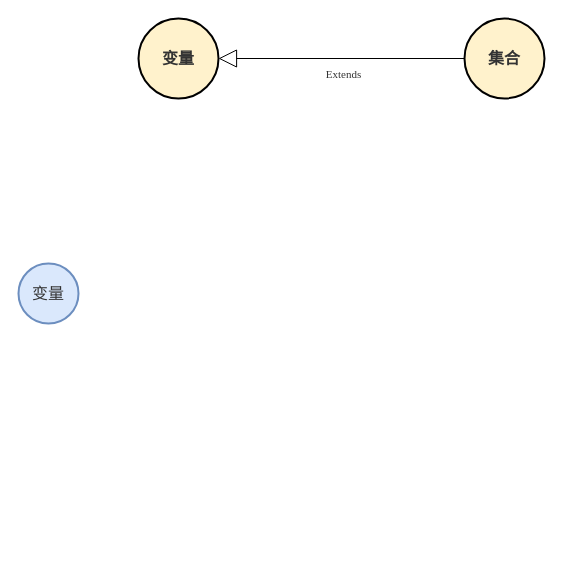
Earlier version of the draw.io diagram page "语言之结构" (5 of 5) of Notes/概念/概念与语言.drawio (EntelechySystem/EntelechySystem_theory). Source tidied: cells renumbered, new cells numbered last; positions are measured from the earlier drawing's top-left corner, leaving out a move shared by most shapes. Both pictures are drawn from the tidied source at 100%, with x=0, y=0 at pixel (18, 18).
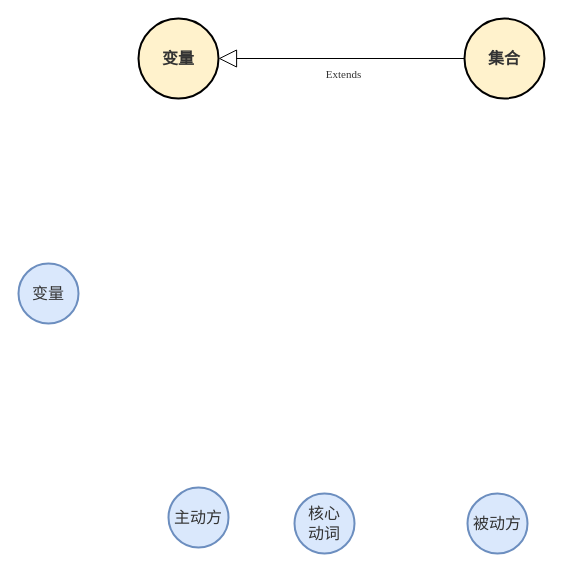
After the change.

Diff of the diagram source:
```diff
@@
 <mxGraphModel>
   <root>
     <mxCell id="0" />
     <mxCell id="1" parent="0" />
     <mxCell id="2" value="变量" style="ellipse;whiteSpace=wrap;html=1;fontFamily=Times New Roman;fontSize=16;align=center;strokeColor=#6c8ebf;fillColor=#dae8fc;strokeWidth=2;comic=0;labelBorderColor=none;fontColor=#333333;glass=0;" parent="1" vertex="1">
       <mxGeometry y="245" width="60" height="60" as="geometry" />
     </mxCell>
     <mxCell id="3" value="&lt;font style=&quot;font-size: 16px;&quot;&gt;变量&lt;br&gt;&lt;/font&gt;" style="ellipse;whiteSpace=wrap;html=1;fontFamily=Times New Roman;fontSize=12;fontColor=#333333;align=center;strokeColor=default;fillColor=#fff2cc;strokeWidth=2;fontStyle=1;" parent="1" vertex="1">
       <mxGeometry x="120" width="80" height="80" as="geometry" />
     </mxCell>
     <mxCell id="4" value="&lt;font style=&quot;font-size: 16px;&quot;&gt;集合&lt;br&gt;&lt;/font&gt;" style="ellipse;whiteSpace=wrap;html=1;fontFamily=Times New Roman;fontSize=12;fontColor=#333333;align=center;strokeColor=default;fillColor=#fff2cc;strokeWidth=2;fontStyle=1;" parent="1" vertex="1">
       <mxGeometry x="446" width="80" height="80" as="geometry" />
     </mxCell>
     <mxCell id="5" value="Extends" style="endArrow=block;endSize=16;endFill=0;html=1;rounded=0;fontFamily=Times New Roman;fontColor=#333333;" parent="1" edge="1" source="4" target="3">
       <mxGeometry x="-0.02" y="16" relative="1" as="geometry" />
     </mxCell>
+    <mxCell id="6" value="核心&lt;br&gt;动词" style="ellipse;whiteSpace=wrap;html=1;fontFamily=Times New Roman;fontSize=16;align=center;strokeColor=#6c8ebf;fillColor=#dae8fc;strokeWidth=2;comic=0;labelBorderColor=none;fontColor=#333333;glass=0;" parent="1" vertex="1">
+      <mxGeometry x="276" y="475" width="60" height="60" as="geometry" />
+    </mxCell>
+    <mxCell id="7" value="主动方" style="ellipse;whiteSpace=wrap;html=1;fontFamily=Times New Roman;fontSize=16;align=center;strokeColor=#6c8ebf;fillColor=#dae8fc;strokeWidth=2;comic=0;labelBorderColor=none;fontColor=#333333;glass=0;" parent="1" vertex="1">
+      <mxGeometry x="150" y="469" width="60" height="60" as="geometry" />
+    </mxCell>
+    <mxCell id="8" value="被动方" style="ellipse;whiteSpace=wrap;html=1;fontFamily=Times New Roman;fontSize=16;align=center;strokeColor=#6c8ebf;fillColor=#dae8fc;strokeWidth=2;comic=0;labelBorderColor=none;fontColor=#333333;glass=0;" parent="1" vertex="1">
+      <mxGeometry x="449" y="475" width="60" height="60" as="geometry" />
+    </mxCell>
   </root>
 </mxGraphModel>
```
